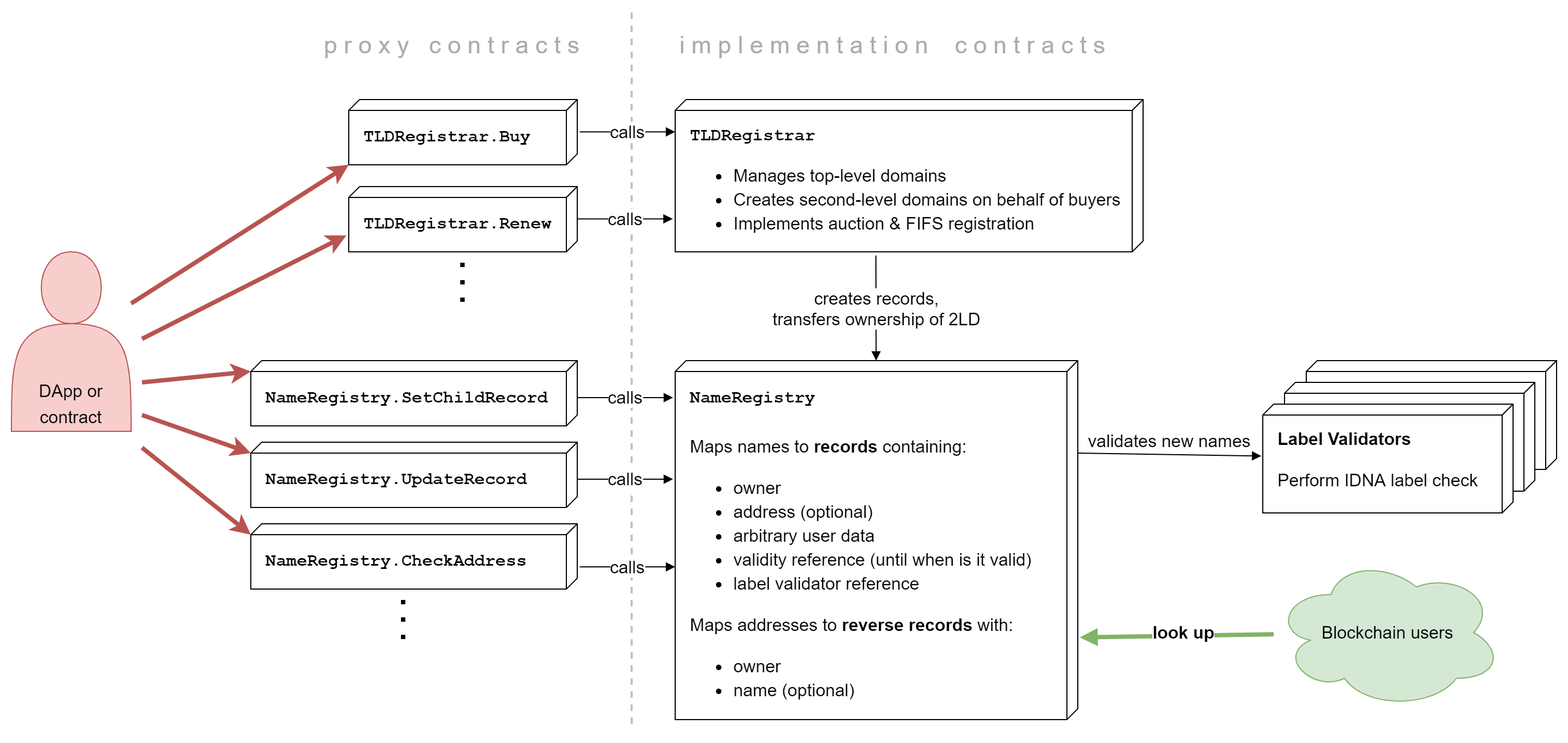
Above: .gitbook/assets/smart_contracts.png in tezos-domains/docs (draw.io), before the change. Source tidied: cells renumbered, new cells last; positions are measured from the earlier drawing's top-left corner, leaving out a move shared by most shapes.
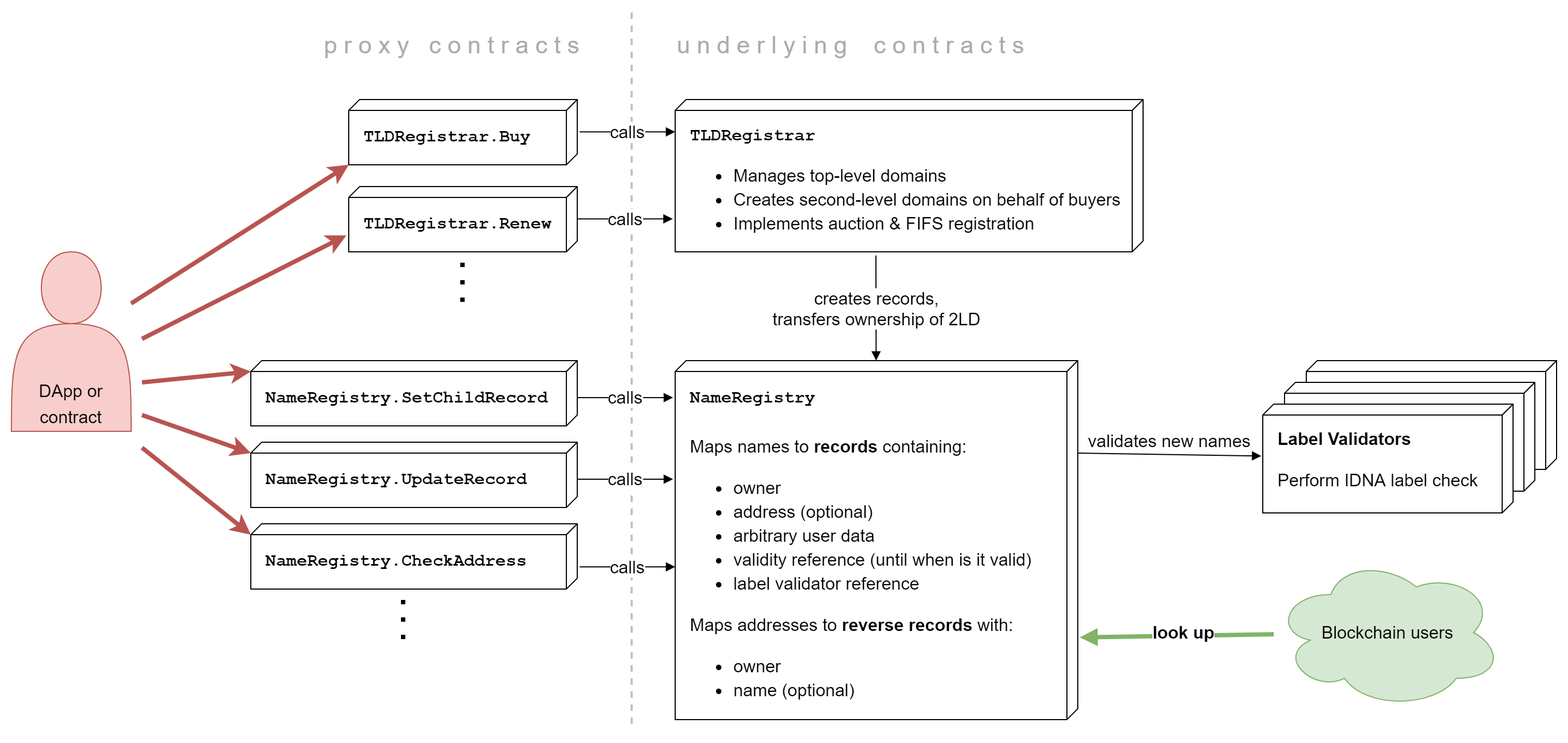
Later version of the same file.

Commit message:
GitBook: [master] one page and one asset modified

The edit, as a diff of the source:
```diff
@@ -124,8 +124,8 @@
     <mxCell id="30" value="p r o x y&amp;nbsp; &amp;nbsp;c o n t r a c t s" style="text;html=1;strokeColor=none;fillColor=none;align=center;verticalAlign=middle;whiteSpace=wrap;rounded=0;fontSize=22;spacing=2;fontColor=#ABABAB;" parent="1" vertex="1">
       <mxGeometry x="240" y="20" width="330" height="20" as="geometry" />
     </mxCell>
-    <mxCell id="31" value="i m p l e m e n t a t i o n&amp;nbsp; &amp;nbsp; c o n t r a c t s" style="text;html=1;strokeColor=none;fillColor=none;align=center;verticalAlign=middle;whiteSpace=wrap;rounded=0;fontSize=22;spacing=2;fontColor=#ABABAB;" parent="1" vertex="1">
-      <mxGeometry x="580" y="20" width="460" height="20" as="geometry" />
+    <mxCell id="31" value="u n d e r l y i n g&amp;nbsp; &amp;nbsp; c o n t r a c t s" style="text;html=1;strokeColor=none;fillColor=none;align=left;verticalAlign=middle;whiteSpace=wrap;rounded=0;fontSize=22;spacing=2;fontColor=#ABABAB;" parent="1" vertex="1">
+      <mxGeometry x="610" y="20" width="430" height="20" as="geometry" />
     </mxCell>
   </root>
 </mxGraphModel>
```
